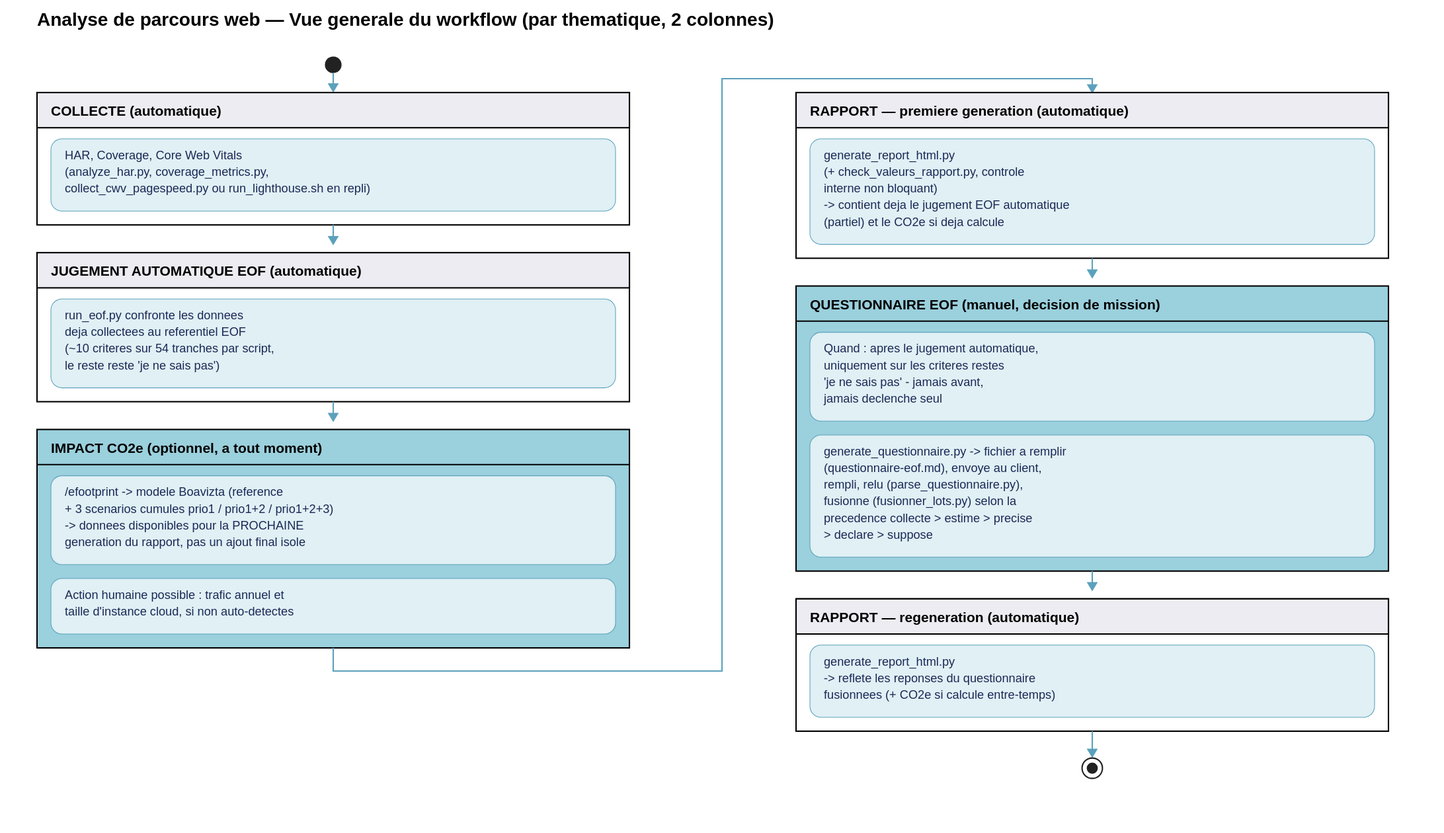
Boavizta/eroom keeps this PlantUML diagram as documentation/diagrammes/analyse-parcours-vue-generale-horizontal-light.svg. Above is the earlier version. Its source is kept beside it as documentation/diagrammes/analyse-parcours-vue-generale-horizontal-light.puml.
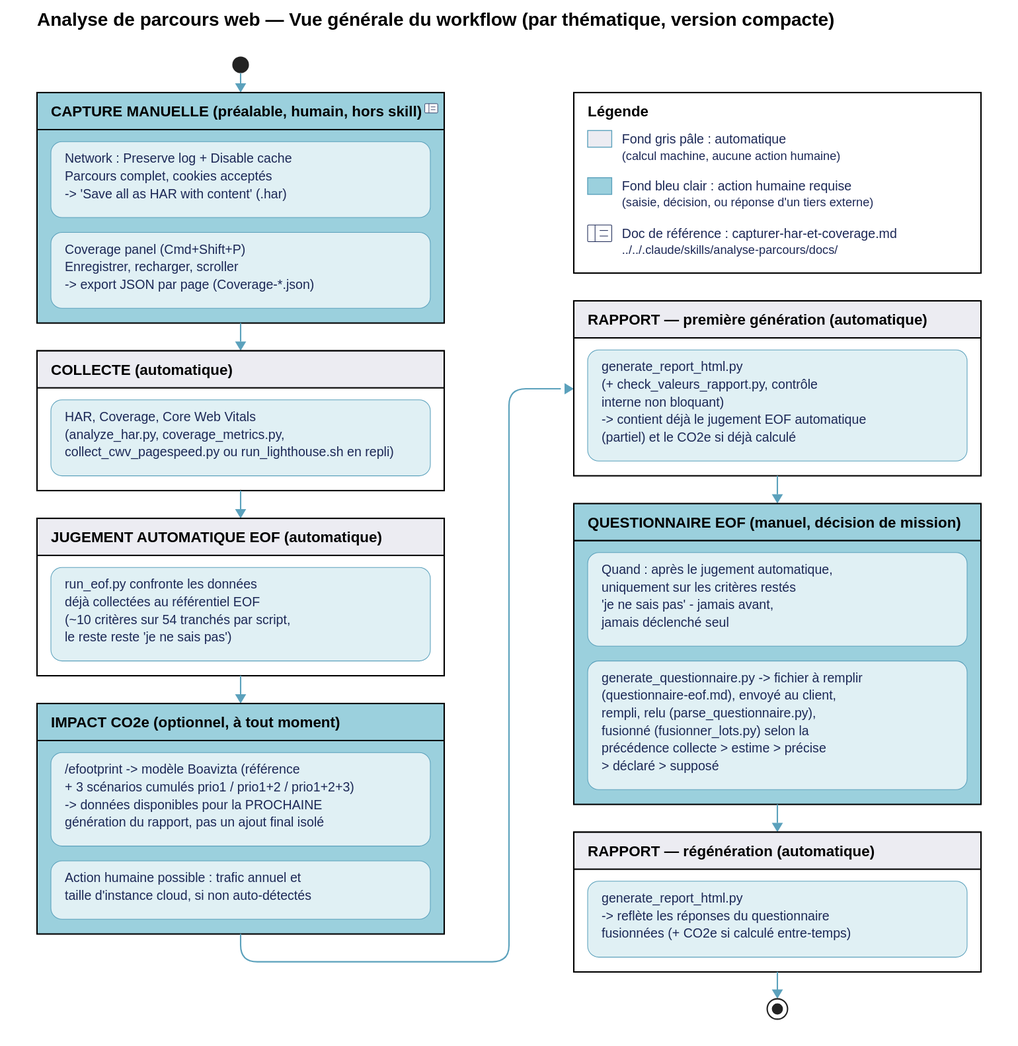
Later version of the same file.

Commit message:
feat(diagrammes): ajoute l'étape de capture manuelle et compacte la vue générale

The edit, as a diff of the source:
```diff
@@ -1,5 +1,5 @@
 @startuml analyse-parcours-vue-generale-horizontal-light
-title Analyse de parcours web — Vue generale du workflow (par thematique, 2 colonnes)
+title Analyse de parcours web — Vue générale du workflow (par thématique, version compacte)
 
 skinparam backgroundColor #FFFFFF
 skinparam activity {
@@ -16,30 +16,35 @@
 skinparam PartitionBackgroundColor #ECECF2
 skinparam PartitionBorderColor #5BA1BC
 
+partition "**CAPTURE MANUELLE** (préalable, humain, hors skill)" #9BD0DD {
+  (*) --> "Network : Preserve log + Disable cache\nParcours complet, cookies acceptés\n-> 'Save all as HAR with content' (.har)" as M1
+  M1 -down-> "Coverage panel (Cmd+Shift+P)\nEnregistrer, recharger, scroller\n-> export JSON par page (Coverage-*.json)" as M2
+}
+
 partition "**COLLECTE** (automatique)" {
-  (*) --> "HAR, Coverage, Core Web Vitals\n(analyze_har.py, coverage_metrics.py,\ncollect_cwv_pagespeed.py ou run_lighthouse.sh en repli)" as C1
+  M2 -down-> "HAR, Coverage, Core Web Vitals\n(analyze_har.py, coverage_metrics.py,\ncollect_cwv_pagespeed.py ou run_lighthouse.sh en repli)" as C1
 }
 
 partition "**JUGEMENT AUTOMATIQUE EOF** (automatique)" {
-  C1 -down-> "run_eof.py confronte les donnees\ndeja collectees au referentiel EOF\n(~10 criteres sur 54 tranches par script,\nle reste reste 'je ne sais pas')" as J1
+  C1 -down-> "run_eof.py confronte les données\ndéjà collectées au référentiel EOF\n(~10 critères sur 54 tranchés par script,\nle reste reste 'je ne sais pas')" as J1
 }
 
-partition "**IMPACT CO2e** (optionnel, a tout moment)" #9BD0DD {
-  J1 -down-> "/efootprint -> modele Boavizta (reference\n+ 3 scenarios cumules prio1 / prio1+2 / prio1+2+3)\n-> donnees disponibles pour la PROCHAINE\ngeneration du rapport, pas un ajout final isole" as I1
-  I1 -down-> "Action humaine possible : trafic annuel et\ntaille d'instance cloud, si non auto-detectes" as I2
+partition "**IMPACT CO2e** (optionnel, à tout moment)" #9BD0DD {
+  J1 -down-> "/efootprint -> modèle Boavizta (référence\n+ 3 scénarios cumulés prio1 / prio1+2 / prio1+2+3)\n-> données disponibles pour la PROCHAINE\ngénération du rapport, pas un ajout final isolé" as I1
+  I1 -down-> "Action humaine possible : trafic annuel et\ntaille d'instance cloud, si non auto-détectés" as I2
 }
 
-partition "**RAPPORT — premiere generation** (automatique)" {
-  I2 -down-> "generate_report_html.py\n(+ check_valeurs_rapport.py, controle\ninterne non bloquant)\n-> contient deja le jugement EOF automatique\n(partiel) et le CO2e si deja calcule" as R1
+partition "**RAPPORT — première génération** (automatique)" {
+  I2 -down-> "generate_report_html.py\n(+ check_valeurs_rapport.py, contrôle\ninterne non bloquant)\n-> contient déjà le jugement EOF automatique\n(partiel) et le CO2e si déjà calculé" as R1
 }
 
-partition "**QUESTIONNAIRE EOF** (manuel, decision de mission)" #9BD0DD {
-  R1 -down-> "Quand : apres le jugement automatique,\nuniquement sur les criteres restes\n'je ne sais pas' - jamais avant,\njamais declenche seul" as Q1
-  Q1 -down-> "generate_questionnaire.py -> fichier a remplir\n(questionnaire-eof.md), envoye au client,\nrempli, relu (parse_questionnaire.py),\nfusionne (fusionner_lots.py) selon la\nprecedence collecte > estime > precise\n> declare > suppose" as Q2
+partition "**QUESTIONNAIRE EOF** (manuel, décision de mission)" #9BD0DD {
+  R1 -down-> "Quand : après le jugement automatique,\nuniquement sur les critères restés\n'je ne sais pas' - jamais avant,\njamais déclenché seul" as Q1
+  Q1 -down-> "generate_questionnaire.py -> fichier à remplir\n(questionnaire-eof.md), envoyé au client,\nrempli, relu (parse_questionnaire.py),\nfusionné (fusionner_lots.py) selon la\nprécédence collecte > estime > précise\n> déclaré > supposé" as Q2
 }
 
-partition "**RAPPORT — regeneration** (automatique)" {
-  Q2 -down-> "generate_report_html.py\n-> reflete les reponses du questionnaire\nfusionnees (+ CO2e si calcule entre-temps)" as R2
+partition "**RAPPORT — régénération** (automatique)" {
+  Q2 -down-> "generate_report_html.py\n-> reflète les réponses du questionnaire\nfusionnées (+ CO2e si calculé entre-temps)" as R2
 }
 
 R2 --> (*)
```
